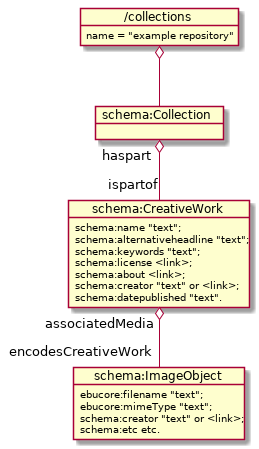
Above: collection/ex2-photos/docs/generic_diagram.png in ldragoon/fin-example-repository (PlantUML), before the change. Its diagram source:
```plantuml
@startuml

object "schema:Collection" as scol {
}

object "schema:CreativeWork" as scw {
 schema:name "text";
 schema:alternativeheadline "text";
 schema:keywords "text";
 schema:license <link>;
 schema:about <link>;
 schema:creator "text" or <link>;
 schema:datepublished "text".
}

object "schema:ImageObject" as img {
 ebucore:filename "text";
 ebucore:mimeType "text";
 schema:creator "text" or <link>;
 schema:etc etc.
}

object "/collections" as collections {
 name = "example repository"
}

collections o-- scol
scol "haspart" o-- "ispartof" scw
scw "associatedMedia" o-- "encodesCreativeWork" img
@enduml
```
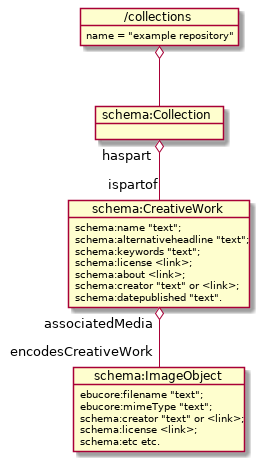
After the change.

Diff of the diagram source:
```diff
@@ -17,6 +17,7 @@
  ebucore:filename "text";
  ebucore:mimeType "text";
  schema:creator "text" or <link>;
+ schema:license <link>;
  schema:etc etc.
 }
 
```
